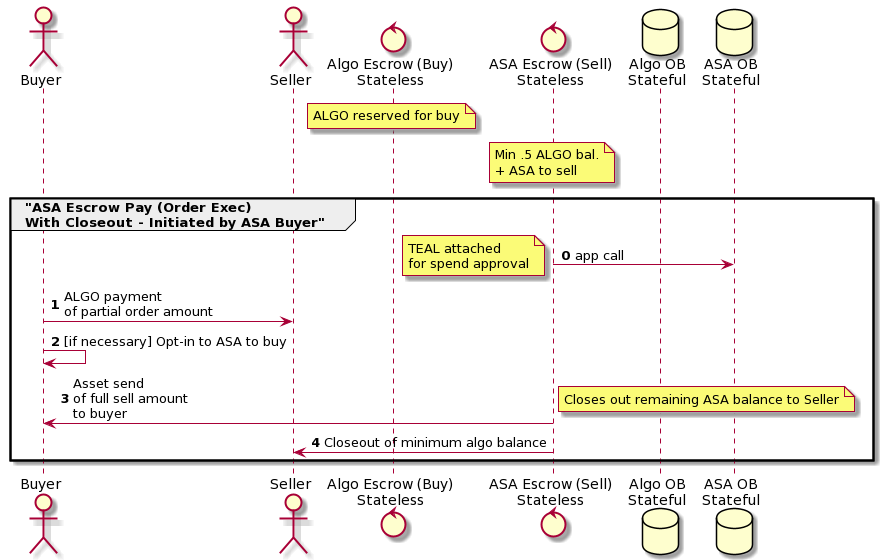
Earlier version of the PlantUML export diagrams/images/asa_escrow_execute_full.png (algodex/algodex-architecture).
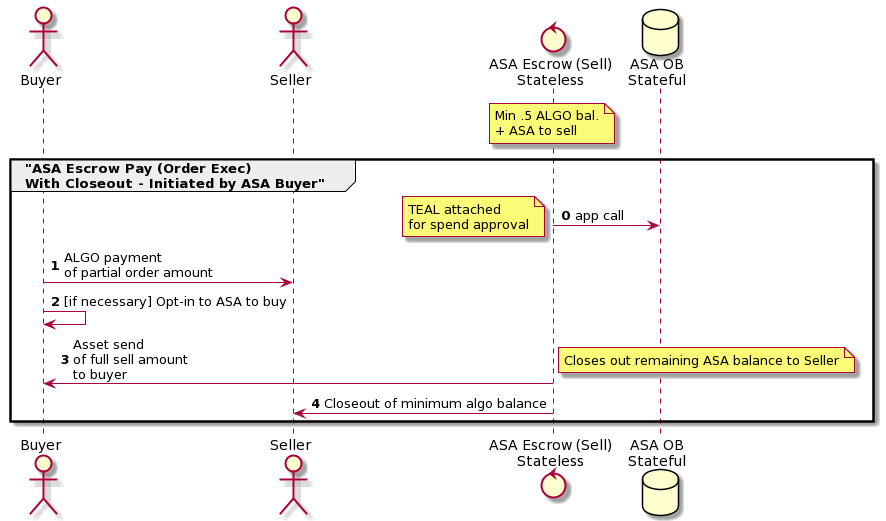
After the change.

The edit, as a diff of the source:
```diff
@@ -1,11 +1,8 @@
 @startuml
 actor Buyer
 actor Seller
-control "Algo Escrow (Buy)\nStateless" as AlgoEscrow
 control "ASA Escrow (Sell)\nStateless" as ASAEscrow
-database "Algo OB\nStateful" as AlgoOB
 database "ASA OB\nStateful" as ASAOB
-note over AlgoEscrow: ALGO reserved for buy
 note over ASAEscrow: Min .5 ALGO bal.\n+ ASA to sell
 
 group "ASA Escrow Pay (Order Exec)\nWith Closeout - Initiated by ASA Buyer"
```
